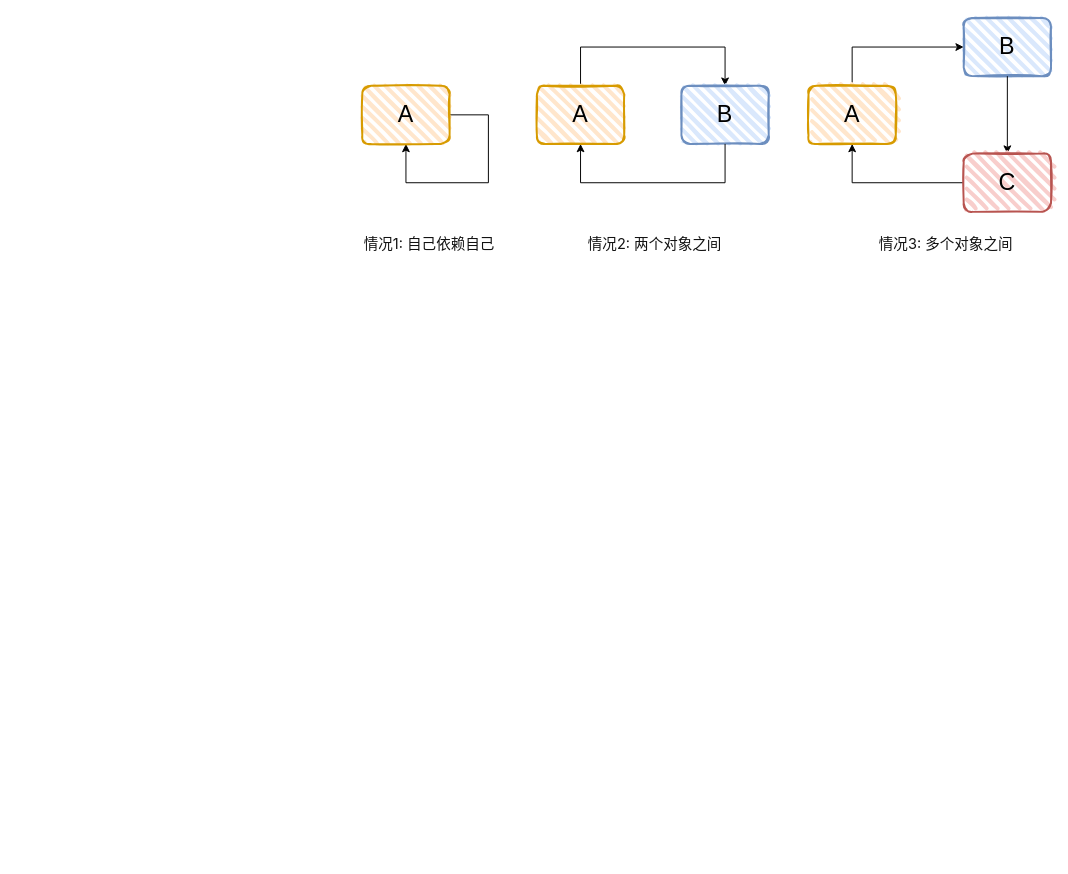
This is drawfile/spring-循环依赖.drawio from lml200701158/draw, a draw.io file, before an edit. Source tidied: cells renumbered, new cells numbered last; positions are measured from the earlier drawing's top-left corner, leaving out a move shared by most shapes. Both pictures are drawn from the tidied source at 97%, with x=0, y=0 at pixel (362, 17).
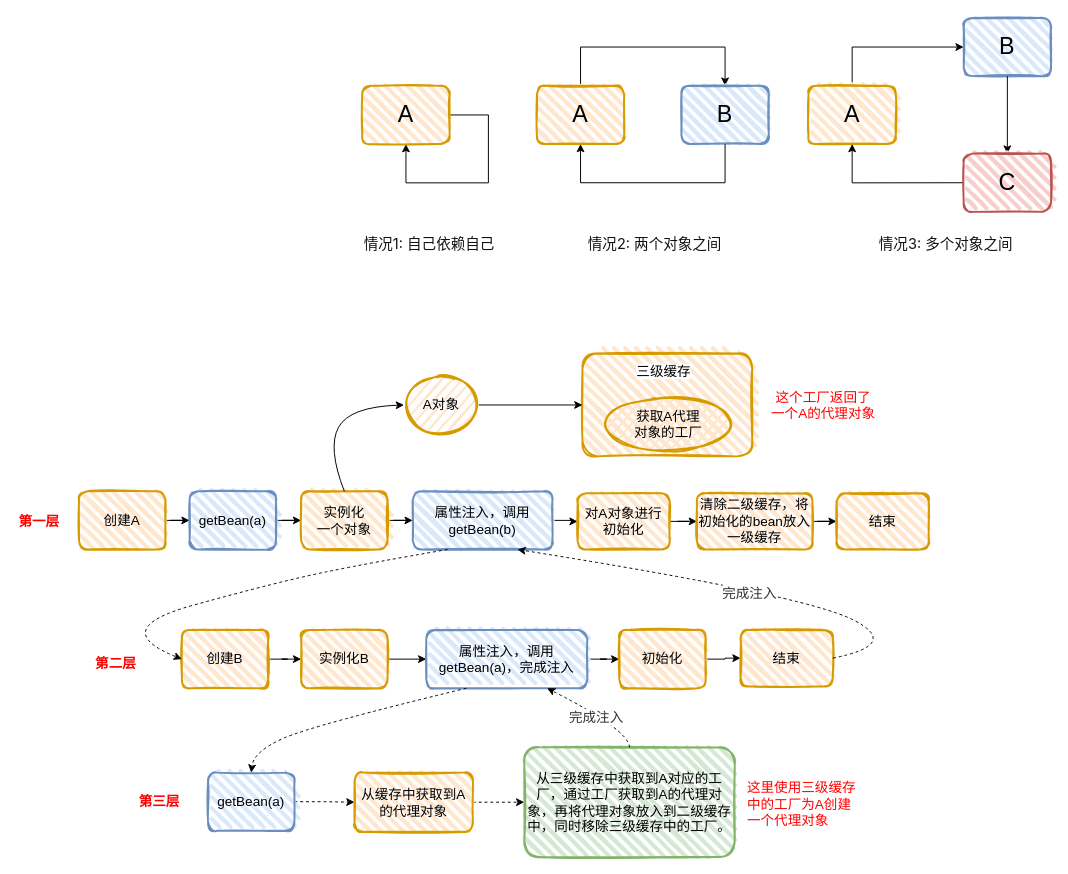
The same diagram, later.

Commit message (it also covers changes not shown here):
更新spring-循环依赖.drawio

Unchanged cells that the change refers to:
```xml
<mxCell id="9" value="&lt;font style=&quot;font-size: 24px;&quot;&gt;A&lt;/font&gt;" style="rounded=1;whiteSpace=wrap;html=1;strokeWidth=2;fillWeight=4;hachureGap=8;hachureAngle=45;fillColor=#ffe6cc;sketch=1;strokeColor=#d79b00;" parent="1" vertex="1">
  <mxGeometry x="460" y="69.9" width="90" height="60" as="geometry" />
</mxCell>
<mxCell id="13" value="&lt;font style=&quot;font-size: 24px;&quot;&gt;C&lt;/font&gt;" style="rounded=1;whiteSpace=wrap;html=1;strokeWidth=2;fillWeight=4;hachureGap=8;hachureAngle=45;fillColor=#f8cecc;sketch=1;strokeColor=#b85450;" parent="1" vertex="1">
  <mxGeometry x="620" y="139.9" width="90" height="60" as="geometry" />
</mxCell>
```

Diff of the diagram source:
```diff
@@
     <mxCell id="6" style="edgeStyle=orthogonalEdgeStyle;rounded=0;orthogonalLoop=1;jettySize=auto;html=1;fontSize=24;entryX=0.5;entryY=1;entryDx=0;entryDy=0;exitX=1;exitY=0.5;exitDx=0;exitDy=0;strokeWidth=1;" parent="1" edge="1" source="7" target="7">
       <mxGeometry relative="1" as="geometry">
         <Array as="points">
-          <mxPoint x="130" y="99.9" />
-          <mxPoint x="130" y="169.9" />
-          <mxPoint x="45" y="169.9" />
+          <mxPoint x="130" y="100" />
+          <mxPoint x="130" y="170" />
+          <mxPoint x="45" y="170" />
         </Array>
       </mxGeometry>
     </mxCell>
     <mxCell id="7" value="&lt;font style=&quot;font-size: 24px;&quot;&gt;A&lt;/font&gt;" style="rounded=1;whiteSpace=wrap;html=1;strokeWidth=2;fillWeight=4;hachureGap=8;hachureAngle=45;fillColor=#ffe6cc;sketch=1;strokeColor=#d79b00;" parent="1" vertex="1">
-      <mxGeometry y="69.9" width="90" height="60" as="geometry" />
+      <mxGeometry y="70" width="90" height="60" as="geometry" />
     </mxCell>
@@
     <mxCell id="11" style="edgeStyle=elbowEdgeStyle;elbow=vertical;endArrow=classic;html=1;rounded=0;fontSize=24;entryX=0.5;entryY=1;entryDx=0;entryDy=0;exitX=0;exitY=0.5;exitDx=0;exitDy=0;" parent="1" edge="1" source="13" target="9">
       <mxGeometry relative="1" as="geometry">
         <Array as="points">
-          <mxPoint x="574" y="169.9" />
+          <mxPoint x="574" y="170" />
         </Array>
       </mxGeometry>
     </mxCell>
@@
+    <mxCell id="17" style="edgeStyle=orthogonalEdgeStyle;rounded=0;jettySize=auto;html=1;fontSize=14;startArrow=none;startFill=0;endArrow=classic;endFill=1;strokeWidth=1;" parent="1" edge="1" source="18" target="20">
+      <mxGeometry relative="1" as="geometry" />
+    </mxCell>
+    <mxCell id="18" value="&lt;font style=&quot;font-size: 14px;&quot;&gt;创建A&lt;/font&gt;" style="rounded=1;whiteSpace=wrap;html=1;strokeWidth=2;fillWeight=4;hachureGap=8;hachureAngle=45;fillColor=#ffe6cc;sketch=1;strokeColor=#d79b00;" parent="1" vertex="1">
+      <mxGeometry x="-292" y="488" width="89" height="60" as="geometry" />
+    </mxCell>
+    <mxCell id="19" style="edgeStyle=orthogonalEdgeStyle;rounded=0;jettySize=auto;html=1;fontSize=14;startArrow=none;startFill=0;endArrow=classic;endFill=1;strokeWidth=1;" parent="1" edge="1" source="20" target="22">
+      <mxGeometry relative="1" as="geometry" />
+    </mxCell>
+    <mxCell id="20" value="&lt;span style=&quot;font-size: 14px;&quot;&gt;getBean(a)&lt;/span&gt;" style="rounded=1;whiteSpace=wrap;html=1;strokeWidth=2;fillWeight=4;hachureGap=8;hachureAngle=45;fillColor=#dae8fc;sketch=1;strokeColor=#6c8ebf;" parent="1" vertex="1">
+      <mxGeometry x="-178" y="488" width="89" height="60" as="geometry" />
+    </mxCell>
+    <mxCell id="21" style="edgeStyle=orthogonalEdgeStyle;rounded=0;jettySize=auto;html=1;fontSize=14;startArrow=none;startFill=0;endArrow=classic;endFill=1;strokeWidth=1;" parent="1" edge="1" source="22" target="24">
+      <mxGeometry relative="1" as="geometry" />
+    </mxCell>
+    <mxCell id="22" value="&lt;span style=&quot;font-size: 14px;&quot;&gt;实例化&lt;br&gt;一个对象&lt;/span&gt;" style="rounded=1;whiteSpace=wrap;html=1;strokeWidth=2;fillWeight=4;hachureGap=8;hachureAngle=45;fillColor=#ffe6cc;sketch=1;strokeColor=#d79b00;" parent="1" vertex="1">
+      <mxGeometry x="-63" y="488" width="89" height="60" as="geometry" />
+    </mxCell>
+    <mxCell id="23" style="edgeStyle=orthogonalEdgeStyle;rounded=0;jettySize=auto;html=1;fontSize=14;startArrow=none;startFill=0;endArrow=classic;endFill=1;strokeWidth=1;" parent="1" edge="1" source="24" target="26">
+      <mxGeometry relative="1" as="geometry" />
+    </mxCell>
+    <mxCell id="24" value="&lt;span style=&quot;font-size: 14px;&quot;&gt;属性注入，调用getBean(b)&lt;/span&gt;" style="rounded=1;whiteSpace=wrap;html=1;strokeWidth=2;fillWeight=4;hachureGap=8;hachureAngle=45;fillColor=#dae8fc;sketch=1;strokeColor=#6c8ebf;" parent="1" vertex="1">
+      <mxGeometry x="52" y="488" width="144" height="60" as="geometry" />
+    </mxCell>
+    <mxCell id="25" style="edgeStyle=orthogonalEdgeStyle;rounded=0;jettySize=auto;html=1;fontSize=14;startArrow=none;startFill=0;endArrow=classic;endFill=1;strokeWidth=1;" parent="1" edge="1" source="26" target="28">
+      <mxGeometry relative="1" as="geometry" />
+    </mxCell>
+    <mxCell id="26" value="&lt;span style=&quot;font-size: 14px;&quot;&gt;对A对象进行初始化&lt;/span&gt;" style="rounded=1;whiteSpace=wrap;html=1;strokeWidth=2;fillWeight=4;hachureGap=8;hachureAngle=45;fillColor=#ffe6cc;sketch=1;strokeColor=#d79b00;" parent="1" vertex="1">
+      <mxGeometry x="222" y="490" width="95" height="58" as="geometry" />
+    </mxCell>
+    <mxCell id="27" style="edgeStyle=orthogonalEdgeStyle;rounded=0;jettySize=auto;html=1;fontSize=14;startArrow=none;startFill=0;endArrow=classic;endFill=1;strokeWidth=1;" parent="1" edge="1" source="28" target="29">
+      <mxGeometry relative="1" as="geometry" />
+    </mxCell>
+    <mxCell id="28" value="&lt;span style=&quot;font-size: 14px;&quot;&gt;清除二级缓存，将初始化的bean放入一级缓存&lt;/span&gt;" style="rounded=1;whiteSpace=wrap;html=1;strokeWidth=2;fillWeight=4;hachureGap=8;hachureAngle=45;fillColor=#ffe6cc;sketch=1;strokeColor=#d79b00;" parent="1" vertex="1">
+      <mxGeometry x="345" y="490" width="119" height="58" as="geometry" />
+    </mxCell>
+    <mxCell id="29" value="&lt;span style=&quot;font-size: 14px;&quot;&gt;结束&lt;/span&gt;" style="rounded=1;whiteSpace=wrap;html=1;strokeWidth=2;fillWeight=4;hachureGap=8;hachureAngle=45;fillColor=#ffe6cc;sketch=1;strokeColor=#d79b00;" parent="1" vertex="1">
+      <mxGeometry x="489" y="490" width="95" height="58" as="geometry" />
+    </mxCell>
+    <mxCell id="30" style="rounded=1;whiteSpace=wrap;html=1;strokeWidth=2;fillWeight=4;hachureGap=8;hachureAngle=45;fillColor=#ffe6cc;sketch=1;strokeColor=#d79b00;" parent="1" vertex="1">
+      <mxGeometry x="227" y="346" width="175" height="106" as="geometry" />
+    </mxCell>
+    <mxCell id="31" style="edgeStyle=orthogonalEdgeStyle;rounded=0;jettySize=auto;html=1;entryX=0;entryY=0.5;entryDx=0;entryDy=0;fontSize=14;startArrow=none;startFill=0;endArrow=classic;endFill=1;strokeWidth=1;" parent="1" edge="1" source="32" target="30">
+      <mxGeometry relative="1" as="geometry" />
+    </mxCell>
+    <mxCell id="32" value="A对象" style="ellipse;whiteSpace=wrap;html=1;strokeWidth=2;fillWeight=2;hachureGap=8;fillColor=#ffe6cc;fillStyle=dots;sketch=1;fontSize=14;strokeColor=#d79b00;" parent="1" vertex="1">
+      <mxGeometry x="43" y="369" width="77" height="60" as="geometry" />
+    </mxCell>
+    <mxCell id="33" value="获取A代理&lt;br&gt;对象的工厂" style="ellipse;whiteSpace=wrap;html=1;strokeWidth=2;fillWeight=2;hachureGap=8;fillColor=#ffe6cc;fillStyle=dots;sketch=1;fontSize=14;strokeColor=#d79b00;" parent="1" vertex="1">
+      <mxGeometry x="247" y="391" width="137" height="55" as="geometry" />
+    </mxCell>
+    <mxCell id="34" value="&lt;span style=&quot;color: rgb(0, 0, 0); font-family: Helvetica; font-size: 14px; font-style: normal; font-variant-ligatures: normal; font-variant-caps: normal; font-weight: 400; letter-spacing: normal; orphans: 2; text-align: center; text-indent: 0px; text-transform: none; widows: 2; word-spacing: 0px; -webkit-text-stroke-width: 0px; background-color: rgb(255, 255, 255); text-decoration-thickness: initial; text-decoration-style: initial; text-decoration-color: initial; float: none; display: inline !important;&quot;&gt;三级缓存&lt;/span&gt;" style="text;whiteSpace=wrap;html=1;fontSize=14;" parent="1" vertex="1">
+      <mxGeometry x="280.5" y="350" width="65" height="39" as="geometry" />
+    </mxCell>
+    <mxCell id="35" style="curved=1;endArrow=classic;html=1;rounded=0;fontSize=14;strokeWidth=1;exitX=0.5;exitY=0;exitDx=0;exitDy=0;entryX=0;entryY=0.5;entryDx=0;entryDy=0;" parent="1" edge="1" source="22" target="32">
+      <mxGeometry relative="1" as="geometry">
+        <Array as="points">
+          <mxPoint x="-36" y="443" />
+          <mxPoint x="-13" y="401" />
+        </Array>
+      </mxGeometry>
+    </mxCell>
+    <mxCell id="36" style="edgeStyle=orthogonalEdgeStyle;rounded=0;jettySize=auto;html=1;fontSize=14;startArrow=none;startFill=0;endArrow=classic;endFill=1;strokeWidth=1;" parent="1" edge="1" source="37" target="39">
+      <mxGeometry relative="1" as="geometry" />
+    </mxCell>
+    <mxCell id="37" value="&lt;font style=&quot;font-size: 14px;&quot;&gt;创建B&lt;/font&gt;" style="rounded=1;whiteSpace=wrap;html=1;strokeWidth=2;fillWeight=4;hachureGap=8;hachureAngle=45;fillColor=#ffe6cc;sketch=1;strokeColor=#d79b00;" parent="1" vertex="1">
+      <mxGeometry x="-186" y="631" width="89" height="60" as="geometry" />
+    </mxCell>
+    <mxCell id="38" style="edgeStyle=orthogonalEdgeStyle;rounded=0;jettySize=auto;html=1;fontSize=14;startArrow=none;startFill=0;endArrow=classic;endFill=1;strokeWidth=1;" parent="1" edge="1" source="39" target="41">
+      <mxGeometry relative="1" as="geometry" />
+    </mxCell>
+    <mxCell id="39" value="&lt;font style=&quot;font-size: 14px;&quot;&gt;实例化B&lt;/font&gt;" style="rounded=1;whiteSpace=wrap;html=1;strokeWidth=2;fillWeight=4;hachureGap=8;hachureAngle=45;fillColor=#ffe6cc;sketch=1;strokeColor=#d79b00;" parent="1" vertex="1">
+      <mxGeometry x="-63" y="631" width="89" height="60" as="geometry" />
+    </mxCell>
+    <mxCell id="40" style="edgeStyle=orthogonalEdgeStyle;rounded=0;jettySize=auto;html=1;fontSize=14;startArrow=none;startFill=0;endArrow=classic;endFill=1;strokeWidth=1;" parent="1" edge="1" source="41" target="43">
+      <mxGeometry relative="1" as="geometry" />
+    </mxCell>
+    <mxCell id="41" value="&lt;font style=&quot;font-size: 14px;&quot;&gt;属性注入，调用getBean(a)，完成注入&lt;/font&gt;" style="rounded=1;whiteSpace=wrap;html=1;strokeWidth=2;fillWeight=4;hachureGap=8;hachureAngle=45;fillColor=#dae8fc;sketch=1;strokeColor=#6c8ebf;" parent="1" vertex="1">
+      <mxGeometry x="66" y="631" width="166" height="60" as="geometry" />
+    </mxCell>
+    <mxCell id="42" style="edgeStyle=orthogonalEdgeStyle;rounded=0;jettySize=auto;html=1;fontSize=14;startArrow=none;startFill=0;endArrow=classic;endFill=1;strokeWidth=1;" parent="1" edge="1" source="43" target="44">
+      <mxGeometry relative="1" as="geometry" />
+    </mxCell>
+    <mxCell id="43" value="&lt;font style=&quot;font-size: 14px;&quot;&gt;初始化&lt;/font&gt;" style="rounded=1;whiteSpace=wrap;html=1;strokeWidth=2;fillWeight=4;hachureGap=8;hachureAngle=45;fillColor=#ffe6cc;sketch=1;strokeColor=#d79b00;" parent="1" vertex="1">
+      <mxGeometry x="265" y="631" width="89" height="60" as="geometry" />
+    </mxCell>
+    <mxCell id="44" value="&lt;span style=&quot;font-size: 14px;&quot;&gt;结束&lt;/span&gt;" style="rounded=1;whiteSpace=wrap;html=1;strokeWidth=2;fillWeight=4;hachureGap=8;hachureAngle=45;fillColor=#ffe6cc;sketch=1;strokeColor=#d79b00;" parent="1" vertex="1">
+      <mxGeometry x="390" y="631" width="95" height="58" as="geometry" />
+    </mxCell>
+    <mxCell id="45" style="curved=1;endArrow=classic;html=1;rounded=0;fontSize=14;strokeWidth=1;entryX=0;entryY=0.5;entryDx=0;entryDy=0;exitX=0.25;exitY=1;exitDx=0;exitDy=0;dashed=1;" parent="1" edge="1" source="24" target="37">
+      <mxGeometry relative="1" as="geometry">
+        <Array as="points">
+          <mxPoint x="12" y="561" />
+          <mxPoint x="-86" y="581" />
+          <mxPoint x="-263" y="630" />
+        </Array>
+      </mxGeometry>
+    </mxCell>
+    <mxCell id="46" style="curved=1;endArrow=classic;html=1;rounded=0;dashed=1;fontSize=14;strokeWidth=1;exitX=1;exitY=0.5;exitDx=0;exitDy=0;entryX=0.75;entryY=1;entryDx=0;entryDy=0;" parent="1" edge="1" source="44" target="24">
+      <mxGeometry relative="1" as="geometry">
+        <Array as="points">
+          <mxPoint x="556" y="646" />
+          <mxPoint x="456" y="595" />
+        </Array>
+      </mxGeometry>
+    </mxCell>
+    <mxCell id="47" value="&lt;font color=&quot;#333333&quot;&gt;完成注入&lt;/font&gt;" style="edgeLabel;html=1;align=center;verticalAlign=middle;fontSize=14;fontColor=#FF0000;" parent="46" vertex="1">
+      <mxGeometry y="7" relative="1" as="geometry" />
+    </mxCell>
+    <mxCell id="48" style="edgeStyle=orthogonalEdgeStyle;rounded=0;jettySize=auto;html=1;dashed=1;fontSize=14;startArrow=none;startFill=0;endArrow=classic;endFill=1;strokeWidth=1;" parent="1" edge="1" source="49" target="51">
+      <mxGeometry relative="1" as="geometry" />
+    </mxCell>
+    <mxCell id="49" value="&lt;span style=&quot;font-size: 14px;&quot;&gt;getBean(a)&lt;/span&gt;" style="rounded=1;whiteSpace=wrap;html=1;strokeWidth=2;fillWeight=4;hachureGap=8;hachureAngle=45;fillColor=#dae8fc;sketch=1;strokeColor=#6c8ebf;" parent="1" vertex="1">
+      <mxGeometry x="-159" y="778" width="89" height="60" as="geometry" />
+    </mxCell>
+    <mxCell id="50" style="edgeStyle=orthogonalEdgeStyle;rounded=0;jettySize=auto;html=1;dashed=1;fontSize=14;startArrow=none;startFill=0;endArrow=classic;endFill=1;strokeWidth=1;" parent="1" edge="1" source="51" target="52">
+      <mxGeometry relative="1" as="geometry" />
+    </mxCell>
+    <mxCell id="51" value="&lt;span style=&quot;font-size: 14px;&quot;&gt;从缓存中获取到A的代理对象&lt;/span&gt;" style="rounded=1;whiteSpace=wrap;html=1;strokeWidth=2;fillWeight=4;hachureGap=8;hachureAngle=45;fillColor=#ffe6cc;sketch=1;strokeColor=#d79b00;" parent="1" vertex="1">
+      <mxGeometry x="-8" y="778" width="122" height="61" as="geometry" />
+    </mxCell>
+    <mxCell id="52" value="&lt;span style=&quot;font-size: 14px;&quot;&gt;从三级缓存中获取到A对应的工厂，通过工厂获取到A的代理对象，再将代理对象放入到二级缓存中，同时移除三级缓存中的工厂。&lt;/span&gt;" style="rounded=1;whiteSpace=wrap;html=1;strokeWidth=2;fillWeight=4;hachureGap=8;hachureAngle=45;fillColor=#d5e8d4;sketch=1;strokeColor=#82b366;" parent="1" vertex="1">
+      <mxGeometry x="167" y="752" width="217" height="113" as="geometry" />
+    </mxCell>
+    <mxCell id="53" style="curved=1;endArrow=classic;html=1;rounded=0;fontSize=14;strokeWidth=1;entryX=0.5;entryY=0;entryDx=0;entryDy=0;exitX=0.25;exitY=1;exitDx=0;exitDy=0;dashed=1;" parent="1" edge="1" source="41" target="49">
+      <mxGeometry relative="1" as="geometry">
+        <Array as="points">
+          <mxPoint x="-50" y="729" />
+          <mxPoint x="-112" y="756" />
+        </Array>
+      </mxGeometry>
+    </mxCell>
+    <mxCell id="54" style="curved=1;endArrow=classic;html=1;rounded=0;dashed=1;fontSize=14;strokeWidth=1;exitX=0.5;exitY=0;exitDx=0;exitDy=0;entryX=0.75;entryY=1;entryDx=0;entryDy=0;" parent="1" edge="1" source="52" target="41">
+      <mxGeometry relative="1" as="geometry">
+        <Array as="points">
+          <mxPoint x="275" y="734" />
+        </Array>
+      </mxGeometry>
+    </mxCell>
+    <mxCell id="55" value="完成注入" style="edgeLabel;html=1;align=center;verticalAlign=middle;fontSize=14;fontColor=#333333;" parent="54" vertex="1">
+      <mxGeometry x="-0.02" y="4" relative="1" as="geometry" />
+    </mxCell>
+    <mxCell id="56" value="&lt;span style=&quot;font-family: Helvetica; font-size: 14px; font-style: normal; font-variant-ligatures: normal; font-variant-caps: normal; letter-spacing: normal; orphans: 2; text-align: center; text-indent: 0px; text-transform: none; widows: 2; word-spacing: 0px; -webkit-text-stroke-width: 0px; background-color: rgb(255, 255, 255); text-decoration-thickness: initial; text-decoration-style: initial; text-decoration-color: initial; float: none; display: inline !important;&quot;&gt;&lt;font color=&quot;#ff0000&quot;&gt;这里使用三级缓存中的工厂为A创建一个代理对象&lt;/font&gt;&lt;/span&gt;" style="text;whiteSpace=wrap;html=1;fontSize=14;" parent="1" vertex="1">
+      <mxGeometry x="395" y="779" width="121.3" height="65.2" as="geometry" />
+    </mxCell>
+    <mxCell id="57" value="&lt;div style=&quot;text-align: center;&quot;&gt;&lt;span style=&quot;background-color: initial;&quot;&gt;&lt;b style=&quot;&quot;&gt;&lt;font color=&quot;#ff0000&quot;&gt;第一层&lt;/font&gt;&lt;/b&gt;&lt;/span&gt;&lt;/div&gt;" style="text;whiteSpace=wrap;html=1;fontSize=14;fontColor=#333333;" parent="1" vertex="1">
+      <mxGeometry x="-356" y="503.5" width="54" height="31" as="geometry" />
+    </mxCell>
+    <mxCell id="58" value="&lt;div style=&quot;text-align: center;&quot;&gt;&lt;span style=&quot;background-color: initial;&quot;&gt;&lt;b style=&quot;&quot;&gt;&lt;font color=&quot;#ff0000&quot;&gt;第二层&lt;/font&gt;&lt;/b&gt;&lt;/span&gt;&lt;/div&gt;" style="text;whiteSpace=wrap;html=1;fontSize=14;fontColor=#333333;" parent="1" vertex="1">
+      <mxGeometry x="-277" y="651" width="54" height="31" as="geometry" />
+    </mxCell>
+    <mxCell id="59" value="&lt;div style=&quot;text-align: center;&quot;&gt;&lt;span style=&quot;background-color: initial;&quot;&gt;&lt;b style=&quot;&quot;&gt;&lt;font color=&quot;#ff0000&quot;&gt;第三层&lt;/font&gt;&lt;/b&gt;&lt;/span&gt;&lt;/div&gt;" style="text;whiteSpace=wrap;html=1;fontSize=14;fontColor=#333333;" parent="1" vertex="1">
+      <mxGeometry x="-232" y="793" width="54" height="31" as="geometry" />
+    </mxCell>
+    <mxCell id="60" style="edgeStyle=orthogonalEdgeStyle;rounded=0;orthogonalLoop=1;jettySize=auto;html=1;exitX=0.5;exitY=1;exitDx=0;exitDy=0;dashed=1;fontSize=14;fontColor=#FF0000;startArrow=none;startFill=0;endArrow=classic;endFill=1;strokeWidth=1;" parent="1" edge="1" source="59" target="59">
+      <mxGeometry relative="1" as="geometry" />
+    </mxCell>
+    <mxCell id="61" value="&lt;div style=&quot;text-align: center;&quot;&gt;&lt;span style=&quot;background-color: initial;&quot;&gt;&lt;font color=&quot;#ff0000&quot;&gt;这个工厂返回了一个A的代理对象&lt;/font&gt;&lt;/span&gt;&lt;/div&gt;" style="text;whiteSpace=wrap;html=1;fontSize=14;" parent="1" vertex="1">
+      <mxGeometry x="417.7" y="376" width="113.3" height="62" as="geometry" />
+    </mxCell>
```
